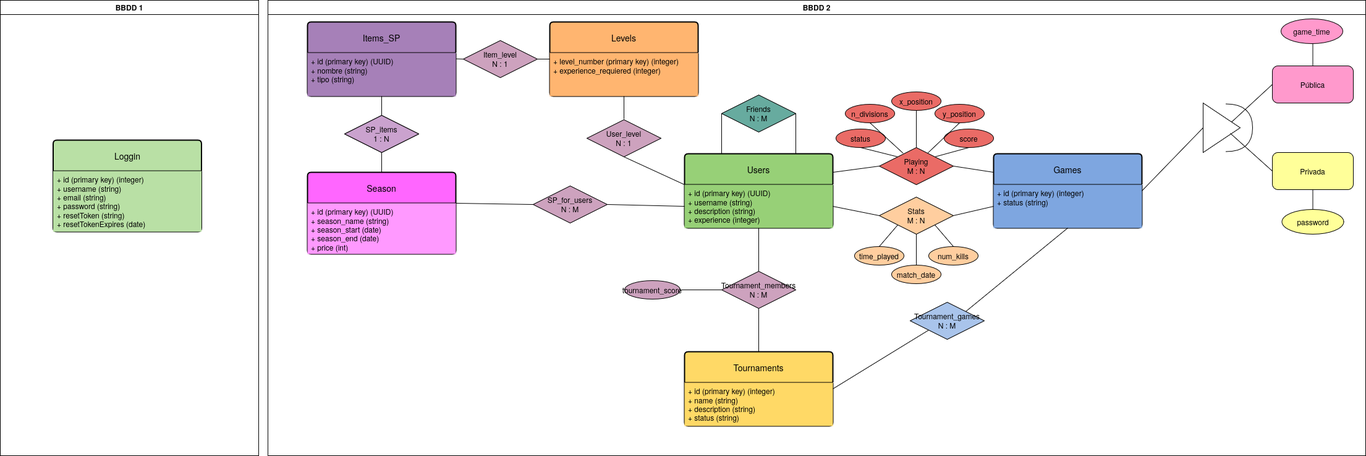
The draw.io diagram BBDD-proyecto-software.drawio.png in seergiioo2311/backend, before a commit. Source tidied: cells renumbered, new cells last; positions are measured from the earlier drawing's top-left corner, leaving out a move shared by most shapes.
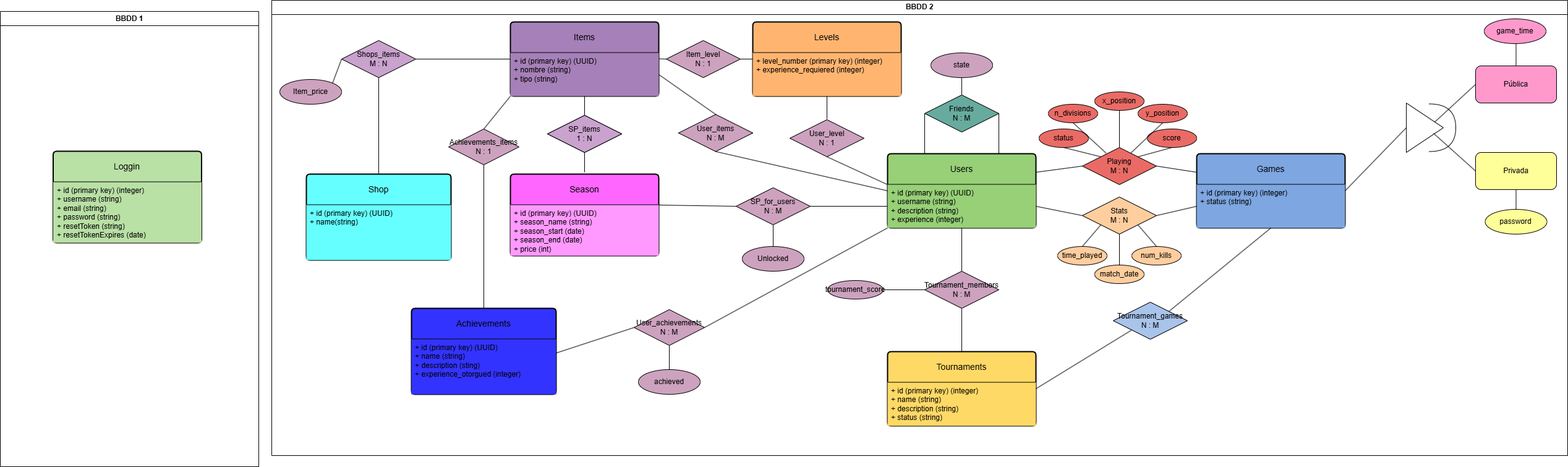
After the change.

Diff of the diagram source:
```diff
@@ -5,9 +5,9 @@
     <mxCell id="2" value="BBDD 2" style="swimlane;whiteSpace=wrap;html=1;" parent="1" vertex="1">
-      <mxGeometry x="433" width="1776" height="736" as="geometry" />
+      <mxGeometry x="439" y="-18" width="2096" height="736" as="geometry" />
     </mxCell>
     <mxCell id="3" value="game_time" style="ellipse;whiteSpace=wrap;html=1;align=center;fillColor=light-dark(#FF99CC,var(--ge-dark-color, #121212));" parent="2" vertex="1">
-      <mxGeometry x="1639" y="30" width="100" height="40" as="geometry" />
+      <mxGeometry x="1961" y="30" width="100" height="40" as="geometry" />
     </mxCell>
     <mxCell id="4" value="Season" style="swimlane;horizontal=1;startSize=50;rounded=1;fontSize=14;fontStyle=0;strokeWidth=2;shadow=0;dashed=0;align=center;arcSize=4;whiteSpace=wrap;html=1;fillColor=light-dark(#FF66FF,var(--ge-dark-color, #121212));" parent="2" vertex="1">
-      <mxGeometry x="64" y="278" width="240" height="132" as="geometry" />
+      <mxGeometry x="386" y="281" width="240" height="132" as="geometry" />
     </mxCell>
@@ -17,3 +17,3 @@
     <mxCell id="6" value="Users" style="swimlane;horizontal=1;startSize=50;rounded=1;fontSize=14;fontStyle=0;strokeWidth=2;shadow=0;dashed=0;align=center;arcSize=4;whiteSpace=wrap;html=1;fillColor=light-dark(#97D077,var(--ge-dark-color, #121212));" parent="2" vertex="1">
-      <mxGeometry x="674" y="248" width="240" height="120" as="geometry" />
+      <mxGeometry x="996" y="248" width="240" height="120" as="geometry" />
     </mxCell>
@@ -23,3 +23,3 @@
     <mxCell id="8" value="Tournaments" style="swimlane;horizontal=1;startSize=50;rounded=1;fontSize=14;fontStyle=0;strokeWidth=2;shadow=0;dashed=0;align=center;arcSize=4;whiteSpace=wrap;html=1;fillColor=light-dark(#FFD966,var(--ge-dark-color, #121212));" parent="2" vertex="1">
-      <mxGeometry x="674" y="568" width="240" height="120" as="geometry" />
+      <mxGeometry x="996" y="568" width="240" height="120" as="geometry" />
     </mxCell>
@@ -29,3 +29,3 @@
     <mxCell id="10" value="Games" style="swimlane;horizontal=1;startSize=50;rounded=1;fontSize=14;fontStyle=0;strokeWidth=2;shadow=0;dashed=0;align=center;arcSize=4;whiteSpace=wrap;html=1;fillColor=light-dark(#7EA6E0,var(--ge-dark-color, #121212));" parent="2" vertex="1">
-      <mxGeometry x="1174" y="248" width="240" height="120" as="geometry" />
+      <mxGeometry x="1496" y="248" width="240" height="120" as="geometry" />
     </mxCell>
@@ -35,3 +35,3 @@
     <mxCell id="12" value="Tournament_members&lt;div&gt;N : M&lt;/div&gt;" style="shape=rhombus;perimeter=rhombusPerimeter;whiteSpace=wrap;html=1;align=center;fillColor=light-dark(#CDA2BE,var(--ge-dark-color, #121212));" parent="2" vertex="1">
-      <mxGeometry x="734" y="438" width="120" height="60" as="geometry" />
+      <mxGeometry x="1056" y="438" width="120" height="60" as="geometry" />
     </mxCell>
@@ -44,3 +44,3 @@
     <mxCell id="15" value="Playing&lt;div&gt;M : N&lt;/div&gt;" style="shape=rhombus;perimeter=rhombusPerimeter;whiteSpace=wrap;html=1;align=center;fillColor=light-dark(#EA6B66,var(--ge-dark-color, #121212));" parent="2" vertex="1">
-      <mxGeometry x="989" y="238" width="120" height="60" as="geometry" />
+      <mxGeometry x="1311" y="238" width="120" height="60" as="geometry" />
     </mxCell>
@@ -53,3 +53,3 @@
     <mxCell id="18" value="Friends&lt;div&gt;N : M&lt;/div&gt;" style="shape=rhombus;perimeter=rhombusPerimeter;whiteSpace=wrap;html=1;align=center;fillColor=light-dark(#67AB9F,var(--ge-dark-color, #121212));" parent="2" vertex="1">
-      <mxGeometry x="734" y="153" width="120" height="60" as="geometry" />
+      <mxGeometry x="1056" y="153" width="120" height="60" as="geometry" />
     </mxCell>
@@ -65,3 +65,3 @@
     <mxCell id="22" value="Stats&lt;div&gt;M : N&lt;/div&gt;" style="shape=rhombus;perimeter=rhombusPerimeter;whiteSpace=wrap;html=1;align=center;fillColor=light-dark(#FFCE9F,var(--ge-dark-color, #121212));" parent="2" vertex="1">
-      <mxGeometry x="989" y="318" width="120" height="60" as="geometry" />
+      <mxGeometry x="1311" y="318" width="120" height="60" as="geometry" />
     </mxCell>
@@ -74,12 +74,12 @@
     <mxCell id="25" value="status" style="ellipse;whiteSpace=wrap;html=1;align=center;fillColor=light-dark(#EA6B66,var(--ge-dark-color, #121212));" parent="2" vertex="1">
-      <mxGeometry x="919" y="208" width="80" height="30" as="geometry" />
+      <mxGeometry x="1241" y="208" width="80" height="30" as="geometry" />
     </mxCell>
     <mxCell id="26" value="num_kills" style="ellipse;whiteSpace=wrap;html=1;align=center;fillColor=light-dark(#FFCE9F,var(--ge-dark-color, #121212));" parent="2" vertex="1">
-      <mxGeometry x="1069" y="398" width="80" height="30" as="geometry" />
+      <mxGeometry x="1391" y="398" width="80" height="30" as="geometry" />
     </mxCell>
     <mxCell id="27" value="time_played" style="ellipse;whiteSpace=wrap;html=1;align=center;fillColor=light-dark(#FFCE9F,var(--ge-dark-color, #121212));" parent="2" vertex="1">
-      <mxGeometry x="949" y="398" width="80" height="30" as="geometry" />
+      <mxGeometry x="1271" y="398" width="80" height="30" as="geometry" />
     </mxCell>
     <mxCell id="28" value="score" style="ellipse;whiteSpace=wrap;html=1;align=center;fillColor=light-dark(#EA6B66,var(--ge-dark-color, #121212));" parent="2" vertex="1">
-      <mxGeometry x="1094" y="208" width="80" height="30" as="geometry" />
+      <mxGeometry x="1416" y="208" width="80" height="30" as="geometry" />
     </mxCell>
@@ -95,3 +95,3 @@
     <mxCell id="32" value="match_date" style="ellipse;whiteSpace=wrap;html=1;align=center;fillColor=light-dark(#FFCE9F,var(--ge-dark-color, #121212));" parent="2" vertex="1">
-      <mxGeometry x="1009" y="428" width="80" height="30" as="geometry" />
+      <mxGeometry x="1331" y="428" width="80" height="30" as="geometry" />
     </mxCell>
@@ -101,6 +101,6 @@
     <mxCell id="34" value="n_divisions" style="ellipse;whiteSpace=wrap;html=1;align=center;fillColor=light-dark(#EA6B66,var(--ge-dark-color, #121212));" parent="2" vertex="1">
-      <mxGeometry x="934" y="168" width="80" height="30" as="geometry" />
+      <mxGeometry x="1256" y="168" width="80" height="30" as="geometry" />
     </mxCell>
     <mxCell id="35" value="x_position" style="ellipse;whiteSpace=wrap;html=1;align=center;fillColor=light-dark(#EA6B66,var(--ge-dark-color, #121212));" parent="2" vertex="1">
-      <mxGeometry x="1009" y="148" width="80" height="30" as="geometry" />
+      <mxGeometry x="1331" y="148" width="80" height="30" as="geometry" />
     </mxCell>
@@ -113,3 +113,3 @@
     <mxCell id="38" value="y_position" style="ellipse;whiteSpace=wrap;html=1;align=center;fillColor=light-dark(#EA6B66,var(--ge-dark-color, #121212));" parent="2" vertex="1">
-      <mxGeometry x="1079" y="168" width="80" height="30" as="geometry" />
+      <mxGeometry x="1401" y="168" width="80" height="30" as="geometry" />
     </mxCell>
@@ -119,3 +119,3 @@
     <mxCell id="40" value="Tournament_games&lt;div&gt;N : M&lt;/div&gt;" style="shape=rhombus;perimeter=rhombusPerimeter;whiteSpace=wrap;html=1;align=center;fillColor=light-dark(#A9C4EB,var(--ge-dark-color, #121212));" parent="2" vertex="1">
-      <mxGeometry x="1039" y="488" width="120" height="60" as="geometry" />
+      <mxGeometry x="1361" y="488" width="120" height="60" as="geometry" />
     </mxCell>
@@ -129,3 +129,3 @@
       <mxGeometry relative="1" as="geometry">
-        <mxPoint x="669" y="468" as="sourcePoint" />
+        <mxPoint x="991" y="468" as="sourcePoint" />
       </mxGeometry>
@@ -133,9 +133,9 @@
     <mxCell id="44" style="triangle;whiteSpace=wrap;html=1;" parent="2" vertex="1">
-      <mxGeometry x="1513" y="166" width="60" height="80" as="geometry" />
+      <mxGeometry x="1835" y="166" width="60" height="80" as="geometry" />
     </mxCell>
     <mxCell id="45" value="Privada" style="rounded=1;whiteSpace=wrap;html=1;fillColor=light-dark(#FFFF99,var(--ge-dark-color, #121212));" parent="2" vertex="1">
-      <mxGeometry x="1625" y="246" width="131" height="60" as="geometry" />
+      <mxGeometry x="1947" y="246" width="131" height="60" as="geometry" />
     </mxCell>
     <mxCell id="46" value="Pública" style="rounded=1;whiteSpace=wrap;html=1;fillColor=light-dark(#FF99CC,var(--ge-dark-color, #121212));" parent="2" vertex="1">
-      <mxGeometry x="1625" y="106" width="131" height="60" as="geometry" />
+      <mxGeometry x="1947" y="106" width="131" height="60" as="geometry" />
     </mxCell>
@@ -146,3 +146,3 @@
       <mxGeometry relative="1" as="geometry">
-        <mxPoint x="1557" y="215" as="sourcePoint" />
+        <mxPoint x="1879" y="215" as="sourcePoint" />
       </mxGeometry>
@@ -150,6 +150,6 @@
     <mxCell id="49" style="shape=requiredInterface;html=1;verticalLabelPosition=bottom;sketch=0;" parent="2" vertex="1">
-      <mxGeometry x="1550" y="167.5" width="43" height="77" as="geometry" />
+      <mxGeometry x="1872" y="167.5" width="43" height="77" as="geometry" />
     </mxCell>
     <mxCell id="50" value="password" style="ellipse;whiteSpace=wrap;html=1;align=center;fillColor=light-dark(#FFFF99,var(--ge-dark-color, #121212));" parent="2" vertex="1">
-      <mxGeometry x="1640.5" y="338" width="100" height="40" as="geometry" />
+      <mxGeometry x="1962.5" y="338" width="100" height="40" as="geometry" />
     </mxCell>
@@ -157,3 +157,3 @@
       <mxGeometry relative="1" as="geometry">
-        <mxPoint x="1690.5" y="70" as="targetPoint" />
+        <mxPoint x="2012.5" y="70" as="targetPoint" />
       </mxGeometry>
@@ -167,6 +167,6 @@
     <mxCell id="54" value="tournament_score" style="ellipse;whiteSpace=wrap;html=1;align=center;fillColor=light-dark(#CDA2BE,var(--ge-dark-color, #121212));" parent="2" vertex="1">
-      <mxGeometry x="577" y="453" width="90" height="30" as="geometry" />
+      <mxGeometry x="899" y="453" width="90" height="30" as="geometry" />
     </mxCell>
     <mxCell id="55" value="Levels" style="swimlane;horizontal=1;startSize=50;rounded=1;fontSize=14;fontStyle=0;strokeWidth=2;shadow=0;dashed=0;align=center;arcSize=4;whiteSpace=wrap;html=1;fillColor=light-dark(#FFB570,var(--ge-dark-color, #121212));" parent="2" vertex="1">
-      <mxGeometry x="456" y="35" width="240" height="120" as="geometry" />
+      <mxGeometry x="778" y="35" width="240" height="120" as="geometry" />
     </mxCell>
@@ -175,4 +175,4 @@
     </mxCell>
-    <mxCell id="57" value="Items_SP" style="swimlane;horizontal=1;startSize=50;rounded=1;fontSize=14;fontStyle=0;strokeWidth=2;shadow=0;dashed=0;align=center;arcSize=4;whiteSpace=wrap;html=1;fillColor=light-dark(#A680B8,var(--ge-dark-color, #121212));" parent="2" vertex="1">
-      <mxGeometry x="64" y="35" width="240" height="120" as="geometry" />
+    <mxCell id="57" value="Items" style="swimlane;horizontal=1;startSize=50;rounded=1;fontSize=14;fontStyle=0;strokeWidth=2;shadow=0;dashed=0;align=center;arcSize=4;whiteSpace=wrap;html=1;fillColor=light-dark(#A680B8,var(--ge-dark-color, #121212));" parent="2" vertex="1">
+      <mxGeometry x="386" y="35" width="240" height="120" as="geometry" />
     </mxCell>
@@ -182,3 +182,3 @@
     <mxCell id="59" value="Items_in_SP&lt;div&gt;1 : N&lt;/div&gt;" style="shape=rhombus;perimeter=rhombusPerimeter;whiteSpace=wrap;html=1;align=center;fillColor=light-dark(#CDA2BE,var(--ge-dark-color, #121212));" parent="2" vertex="1">
-      <mxGeometry x="124" y="186" width="120" height="60" as="geometry" />
+      <mxGeometry x="446" y="186" width="120" height="60" as="geometry" />
     </mxCell>
@@ -186,3 +186,3 @@
       <mxGeometry relative="1" as="geometry">
-        <mxPoint x="184" y="278" as="sourcePoint" />
+        <mxPoint x="506" y="278" as="sourcePoint" />
       </mxGeometry>
@@ -191,3 +191,3 @@
       <mxGeometry relative="1" as="geometry">
-        <mxPoint x="184" y="186" as="sourcePoint" />
+        <mxPoint x="506" y="186" as="sourcePoint" />
       </mxGeometry>
@@ -195,3 +195,3 @@
     <mxCell id="62" value="SP_for_users&lt;div&gt;N : M&lt;/div&gt;" style="shape=rhombus;perimeter=rhombusPerimeter;whiteSpace=wrap;html=1;align=center;fillColor=light-dark(#CDA2BE,var(--ge-dark-color, #121212));" parent="2" vertex="1">
-      <mxGeometry x="429" y="300" width="120" height="60" as="geometry" />
+      <mxGeometry x="751" y="303" width="120" height="60" as="geometry" />
     </mxCell>
@@ -200,9 +200,7 @@
     </mxCell>
-    <mxCell id="64" style="endArrow=none;html=1;rounded=0;exitX=1;exitY=0;exitDx=0;exitDy=0;entryX=0;entryY=0.5;entryDx=0;entryDy=0;" parent="2" edge="1" target="62">
-      <mxGeometry relative="1" as="geometry">
-        <mxPoint x="304" y="328" as="sourcePoint" />
-      </mxGeometry>
+    <mxCell id="64" style="endArrow=none;html=1;rounded=0;exitX=1;exitY=0;exitDx=0;exitDy=0;entryX=0;entryY=0.5;entryDx=0;entryDy=0;" parent="2" edge="1" source="5" target="62">
+      <mxGeometry relative="1" as="geometry" />
     </mxCell>
     <mxCell id="65" value="&lt;div&gt;User_level&lt;/div&gt;&lt;div&gt;N : 1&lt;/div&gt;" style="shape=rhombus;perimeter=rhombusPerimeter;whiteSpace=wrap;html=1;align=center;fillColor=light-dark(#CDA2BE,var(--ge-dark-color, #121212));" parent="2" vertex="1">
-      <mxGeometry x="516" y="193" width="120" height="60" as="geometry" />
+      <mxGeometry x="838" y="193" width="120" height="60" as="geometry" />
     </mxCell>
@@ -212,3 +210,3 @@
     <mxCell id="67" value="&lt;div&gt;Item_level&lt;/div&gt;&lt;div&gt;N : 1&lt;/div&gt;" style="shape=rhombus;perimeter=rhombusPerimeter;whiteSpace=wrap;html=1;align=center;fillColor=light-dark(#CDA2BE,var(--ge-dark-color, #121212));" parent="2" vertex="1">
-      <mxGeometry x="316" y="65" width="120" height="60" as="geometry" />
+      <mxGeometry x="638" y="65" width="120" height="60" as="geometry" />
     </mxCell>
@@ -220,2 +218,85 @@
     </mxCell>
+    <mxCell id="75" value="Unlocked" style="ellipse;whiteSpace=wrap;html=1;align=center;fillColor=light-dark(#CDA2BE,#000000);" parent="2" vertex="1">
+      <mxGeometry x="761" y="398" width="100" height="40" as="geometry" />
+    </mxCell>
+    <mxCell id="76" style="endArrow=none;html=1;rounded=0;exitX=0.5;exitY=1;exitDx=0;exitDy=0;entryX=0.5;entryY=0;entryDx=0;entryDy=0;" parent="2" edge="1" source="62" target="75">
+      <mxGeometry relative="1" as="geometry" />
+    </mxCell>
+    <mxCell id="73" value="SP_items&lt;div&gt;1 : N&lt;/div&gt;" style="shape=rhombus;perimeter=rhombusPerimeter;whiteSpace=wrap;html=1;align=center;fillColor=light-dark(#CAA2CE,var(--ge-dark-color, #121212));" parent="2" vertex="1">
+      <mxGeometry x="446" y="186" width="120" height="60" as="geometry" />
+    </mxCell>
+    <mxCell id="74" style="endArrow=none;html=1;rounded=0;entryX=0.5;entryY=1;entryDx=0;entryDy=0;" parent="2" edge="1" target="55">
+      <mxGeometry relative="1" as="geometry">
+        <mxPoint x="898" y="192" as="sourcePoint" />
+      </mxGeometry>
+    </mxCell>
+    <mxCell id="77" value="Shop" style="swimlane;horizontal=1;startSize=50;rounded=1;fontSize=14;fontStyle=0;strokeWidth=2;shadow=0;dashed=0;align=center;arcSize=4;whiteSpace=wrap;html=1;fillColor=light-dark(#66FFFF,var(--ge-dark-color, #121212));" parent="2" vertex="1">
+      <mxGeometry x="56" y="281" width="234" height="139" as="geometry" />
+    </mxCell>
+    <mxCell id="78" value="+ id (primary key) (UUID)&lt;div&gt;+ name(string)&lt;/div&gt;" style="align=left;strokeColor=none;fillColor=light-dark(#66FFFF,var(--ge-dark-color, #121212));spacingLeft=4;spacingRight=4;fontSize=12;verticalAlign=top;html=1;whiteSpace=wrap;" parent="77" vertex="1">
+      <mxGeometry y="50" width="234" height="89" as="geometry" />
+    </mxCell>
+    <mxCell id="79" value="Shops&lt;span style=&quot;background-color: transparent; color: light-dark(rgb(0, 0, 0), rgb(255, 255, 255));&quot;&gt;_items&lt;/span&gt;&lt;div&gt;&lt;div&gt;M : N&lt;/div&gt;&lt;/div&gt;" style="shape=rhombus;perimeter=rhombusPerimeter;whiteSpace=wrap;html=1;align=center;fillColor=light-dark(#CAA2CE,var(--ge-dark-color, #121212));" parent="2" vertex="1">
+      <mxGeometry x="113" y="65" width="120" height="60" as="geometry" />
+    </mxCell>
+    <mxCell id="80" style="endArrow=none;html=1;rounded=0;exitX=0.5;exitY=1;exitDx=0;exitDy=0;entryX=0.5;entryY=0;entryDx=0;entryDy=0;" parent="2" edge="1" source="79" target="77">
+      <mxGeometry relative="1" as="geometry" />
+    </mxCell>
+    <mxCell id="81" style="html=1;whiteSpace=wrap;align=right;verticalAlign=bottom;fillColor=light-dark(#66FFFF,var(--ge-dark-color, #121212));" parent="80" vertex="1">
+      <mxGeometry x="1" relative="1" as="geometry" />
+    </mxCell>
+    <mxCell id="82" style="endArrow=none;html=1;rounded=0;exitX=1;exitY=0.5;exitDx=0;exitDy=0;entryX=0;entryY=0.5;entryDx=0;entryDy=0;" parent="2" edge="1" source="79" target="57">
+      <mxGeometry relative="1" as="geometry" />
+    </mxCell>
+    <mxCell id="83" value="Item_price" style="ellipse;whiteSpace=wrap;html=1;align=center;fillColor=light-dark(#CDA2BE,#000000);" parent="2" vertex="1">
+      <mxGeometry x="13" y="128" width="100" height="40" as="geometry" />
+    </mxCell>
+    <mxCell id="84" style="endArrow=none;html=1;rounded=0;exitX=1;exitY=0;exitDx=0;exitDy=0;entryX=0;entryY=0.5;entryDx=0;entryDy=0;" parent="2" edge="1" source="83" target="79">
+      <mxGeometry relative="1" as="geometry" />
+    </mxCell>
+    <mxCell id="85" value="state" style="ellipse;whiteSpace=wrap;html=1;align=center;fillColor=light-dark(#CDA2BE,#000000);" parent="2" vertex="1">
+      <mxGeometry x="1066" y="85" width="100" height="40" as="geometry" />
+    </mxCell>
+    <mxCell id="86" style="endArrow=none;html=1;rounded=0;exitX=0.5;exitY=1;exitDx=0;exitDy=0;entryX=0.5;entryY=0;entryDx=0;entryDy=0;" parent="2" edge="1" source="85" target="18">
+      <mxGeometry relative="1" as="geometry" />
+    </mxCell>
+    <mxCell id="87" value="Achievements" style="swimlane;horizontal=1;startSize=50;rounded=1;fontSize=14;fontStyle=0;strokeWidth=2;shadow=0;dashed=0;align=center;arcSize=4;whiteSpace=wrap;html=1;fillColor=light-dark(#3333FF,var(--ge-dark-color, #121212));" parent="2" vertex="1">
+      <mxGeometry x="226" y="498" width="234" height="139" as="geometry" />
+    </mxCell>
+    <mxCell id="88" value="+ id (primary key) (UUID)&lt;div&gt;+ name (string)&lt;/div&gt;&lt;div&gt;+ description (sting)&lt;/div&gt;&lt;div&gt;+ experience_otorgued (integer)&lt;/div&gt;" style="align=left;strokeColor=none;fillColor=light-dark(#3333FF,var(--ge-dark-color, #121212));spacingLeft=4;spacingRight=4;fontSize=12;verticalAlign=top;html=1;whiteSpace=wrap;" parent="87" vertex="1">
+      <mxGeometry y="50" width="234" height="89" as="geometry" />
+    </mxCell>
+    <mxCell id="89" value="User_achievements&lt;div&gt;&lt;div&gt;N : M&lt;/div&gt;&lt;/div&gt;" style="shape=rhombus;perimeter=rhombusPerimeter;whiteSpace=wrap;html=1;align=center;fillColor=light-dark(#CDA2BE,var(--ge-dark-color, #121212));" parent="2" vertex="1">
+      <mxGeometry x="586" y="500" width="114" height="58" as="geometry" />
+    </mxCell>
+    <mxCell id="90" style="endArrow=none;html=1;rounded=0;exitX=1;exitY=0.25;exitDx=0;exitDy=0;entryX=0;entryY=0.5;entryDx=0;entryDy=0;" parent="2" edge="1" source="88" target="89">
+      <mxGeometry relative="1" as="geometry" />
+    </mxCell>
+    <mxCell id="91" style="endArrow=none;html=1;rounded=0;entryX=0;entryY=1;entryDx=0;entryDy=0;exitX=1;exitY=0.5;exitDx=0;exitDy=0;" parent="2" edge="1" source="89" target="6">
+      <mxGeometry relative="1" as="geometry" />
+    </mxCell>
+    <mxCell id="92" value="Achievements_items&lt;div&gt;&lt;div&gt;&lt;div&gt;N : 1&lt;/div&gt;&lt;/div&gt;&lt;/div&gt;" style="shape=rhombus;perimeter=rhombusPerimeter;whiteSpace=wrap;html=1;align=center;fillColor=light-dark(#CDA2BE,var(--ge-dark-color, #121212));" parent="2" vertex="1">
+      <mxGeometry x="286" y="208" width="114" height="58" as="geometry" />
+    </mxCell>
+    <mxCell id="93" style="endArrow=none;html=1;rounded=0;exitX=0.5;exitY=1;exitDx=0;exitDy=0;entryX=0.5;entryY=0;entryDx=0;entryDy=0;" parent="2" edge="1" source="92" target="87">
+      <mxGeometry relative="1" as="geometry" />
+    </mxCell>
+    <mxCell id="94" style="endArrow=none;html=1;rounded=0;exitX=0.5;exitY=0;exitDx=0;exitDy=0;entryX=0;entryY=1;entryDx=0;entryDy=0;" parent="2" edge="1" source="92" target="58">
+      <mxGeometry relative="1" as="geometry" />
+    </mxCell>
+    <mxCell id="95" value="achieved" style="ellipse;whiteSpace=wrap;html=1;align=center;fillColor=light-dark(#CDA2BE,#000000);" parent="2" vertex="1">
+      <mxGeometry x="593" y="597" width="100" height="40" as="geometry" />
+    </mxCell>
+    <mxCell id="96" style="endArrow=none;html=1;rounded=0;entryX=0.5;entryY=0;entryDx=0;entryDy=0;exitX=0.5;exitY=1;exitDx=0;exitDy=0;" parent="2" edge="1" source="89" target="95">
+      <mxGeometry relative="1" as="geometry" />
+    </mxCell>
+    <mxCell id="97" value="User&lt;span style=&quot;background-color: transparent; color: light-dark(rgb(0, 0, 0), rgb(255, 255, 255));&quot;&gt;_items&lt;/span&gt;&lt;div&gt;&lt;div&gt;&lt;div&gt;N : M&lt;/div&gt;&lt;/div&gt;&lt;/div&gt;" style="shape=rhombus;perimeter=rhombusPerimeter;whiteSpace=wrap;html=1;align=center;fillColor=light-dark(#CDA2BE,var(--ge-dark-color, #121212));" parent="2" vertex="1">
+      <mxGeometry x="658" y="184.5" width="120" height="60" as="geometry" />
+    </mxCell>
+    <mxCell id="98" style="endArrow=none;html=1;rounded=0;exitX=0.5;exitY=1;exitDx=0;exitDy=0;entryX=0;entryY=0.5;entryDx=0;entryDy=0;" parent="2" edge="1" source="97" target="6">
+      <mxGeometry relative="1" as="geometry" />
+    </mxCell>
+    <mxCell id="99" style="endArrow=none;html=1;rounded=0;exitX=0.5;exitY=0;exitDx=0;exitDy=0;entryX=1;entryY=0.5;entryDx=0;entryDy=0;" parent="2" edge="1" source="97" target="58">
+      <mxGeometry relative="1" as="geometry" />
+    </mxCell>
     <mxCell id="70" value="BBDD 1" style="swimlane;whiteSpace=wrap;html=1;" parent="1" vertex="1">
@@ -229,10 +310,2 @@
     </mxCell>
-    <mxCell id="73" value="SP_items&lt;div&gt;1 : N&lt;/div&gt;" style="shape=rhombus;perimeter=rhombusPerimeter;whiteSpace=wrap;html=1;align=center;fillColor=light-dark(#CAA2CE,var(--ge-dark-color, #121212));" parent="1" vertex="1">
-      <mxGeometry x="557" y="186" width="120" height="60" as="geometry" />
-    </mxCell>
-    <mxCell id="74" style="endArrow=none;html=1;rounded=0;entryX=0.5;entryY=1;entryDx=0;entryDy=0;" parent="1" edge="1" target="55">
-      <mxGeometry relative="1" as="geometry">
-        <mxPoint x="1009" y="192" as="sourcePoint" />
-      </mxGeometry>
-    </mxCell>
   </root>
```
